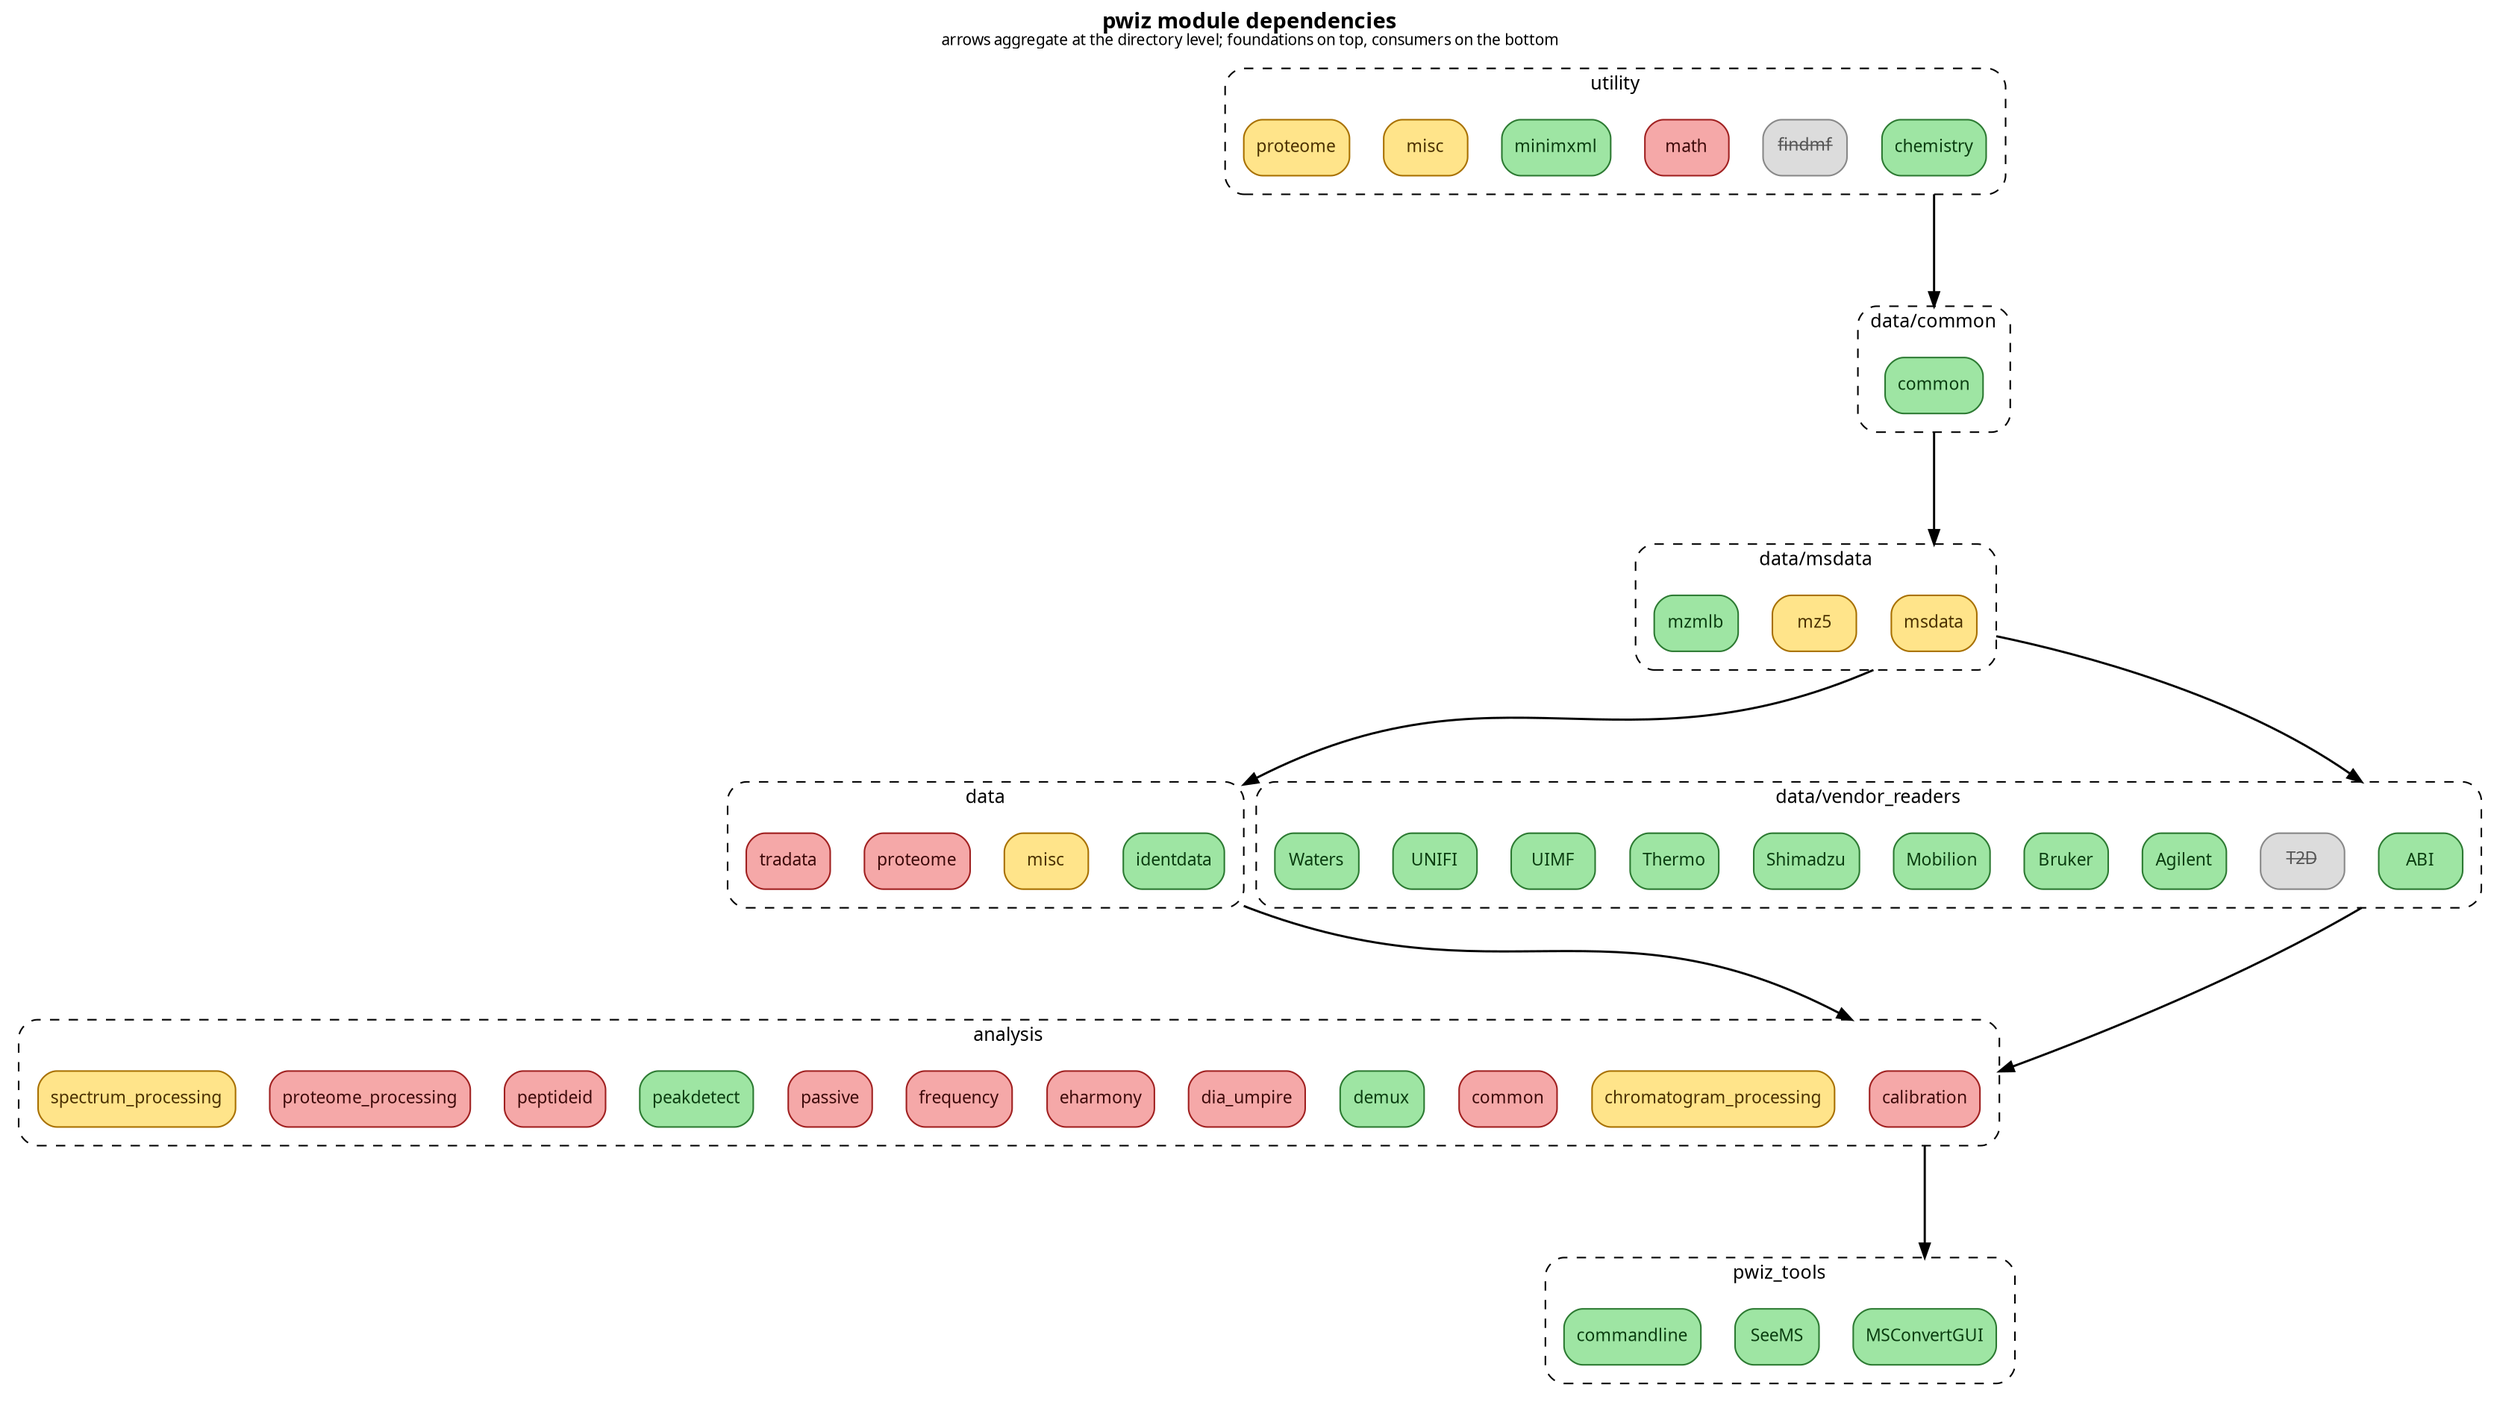
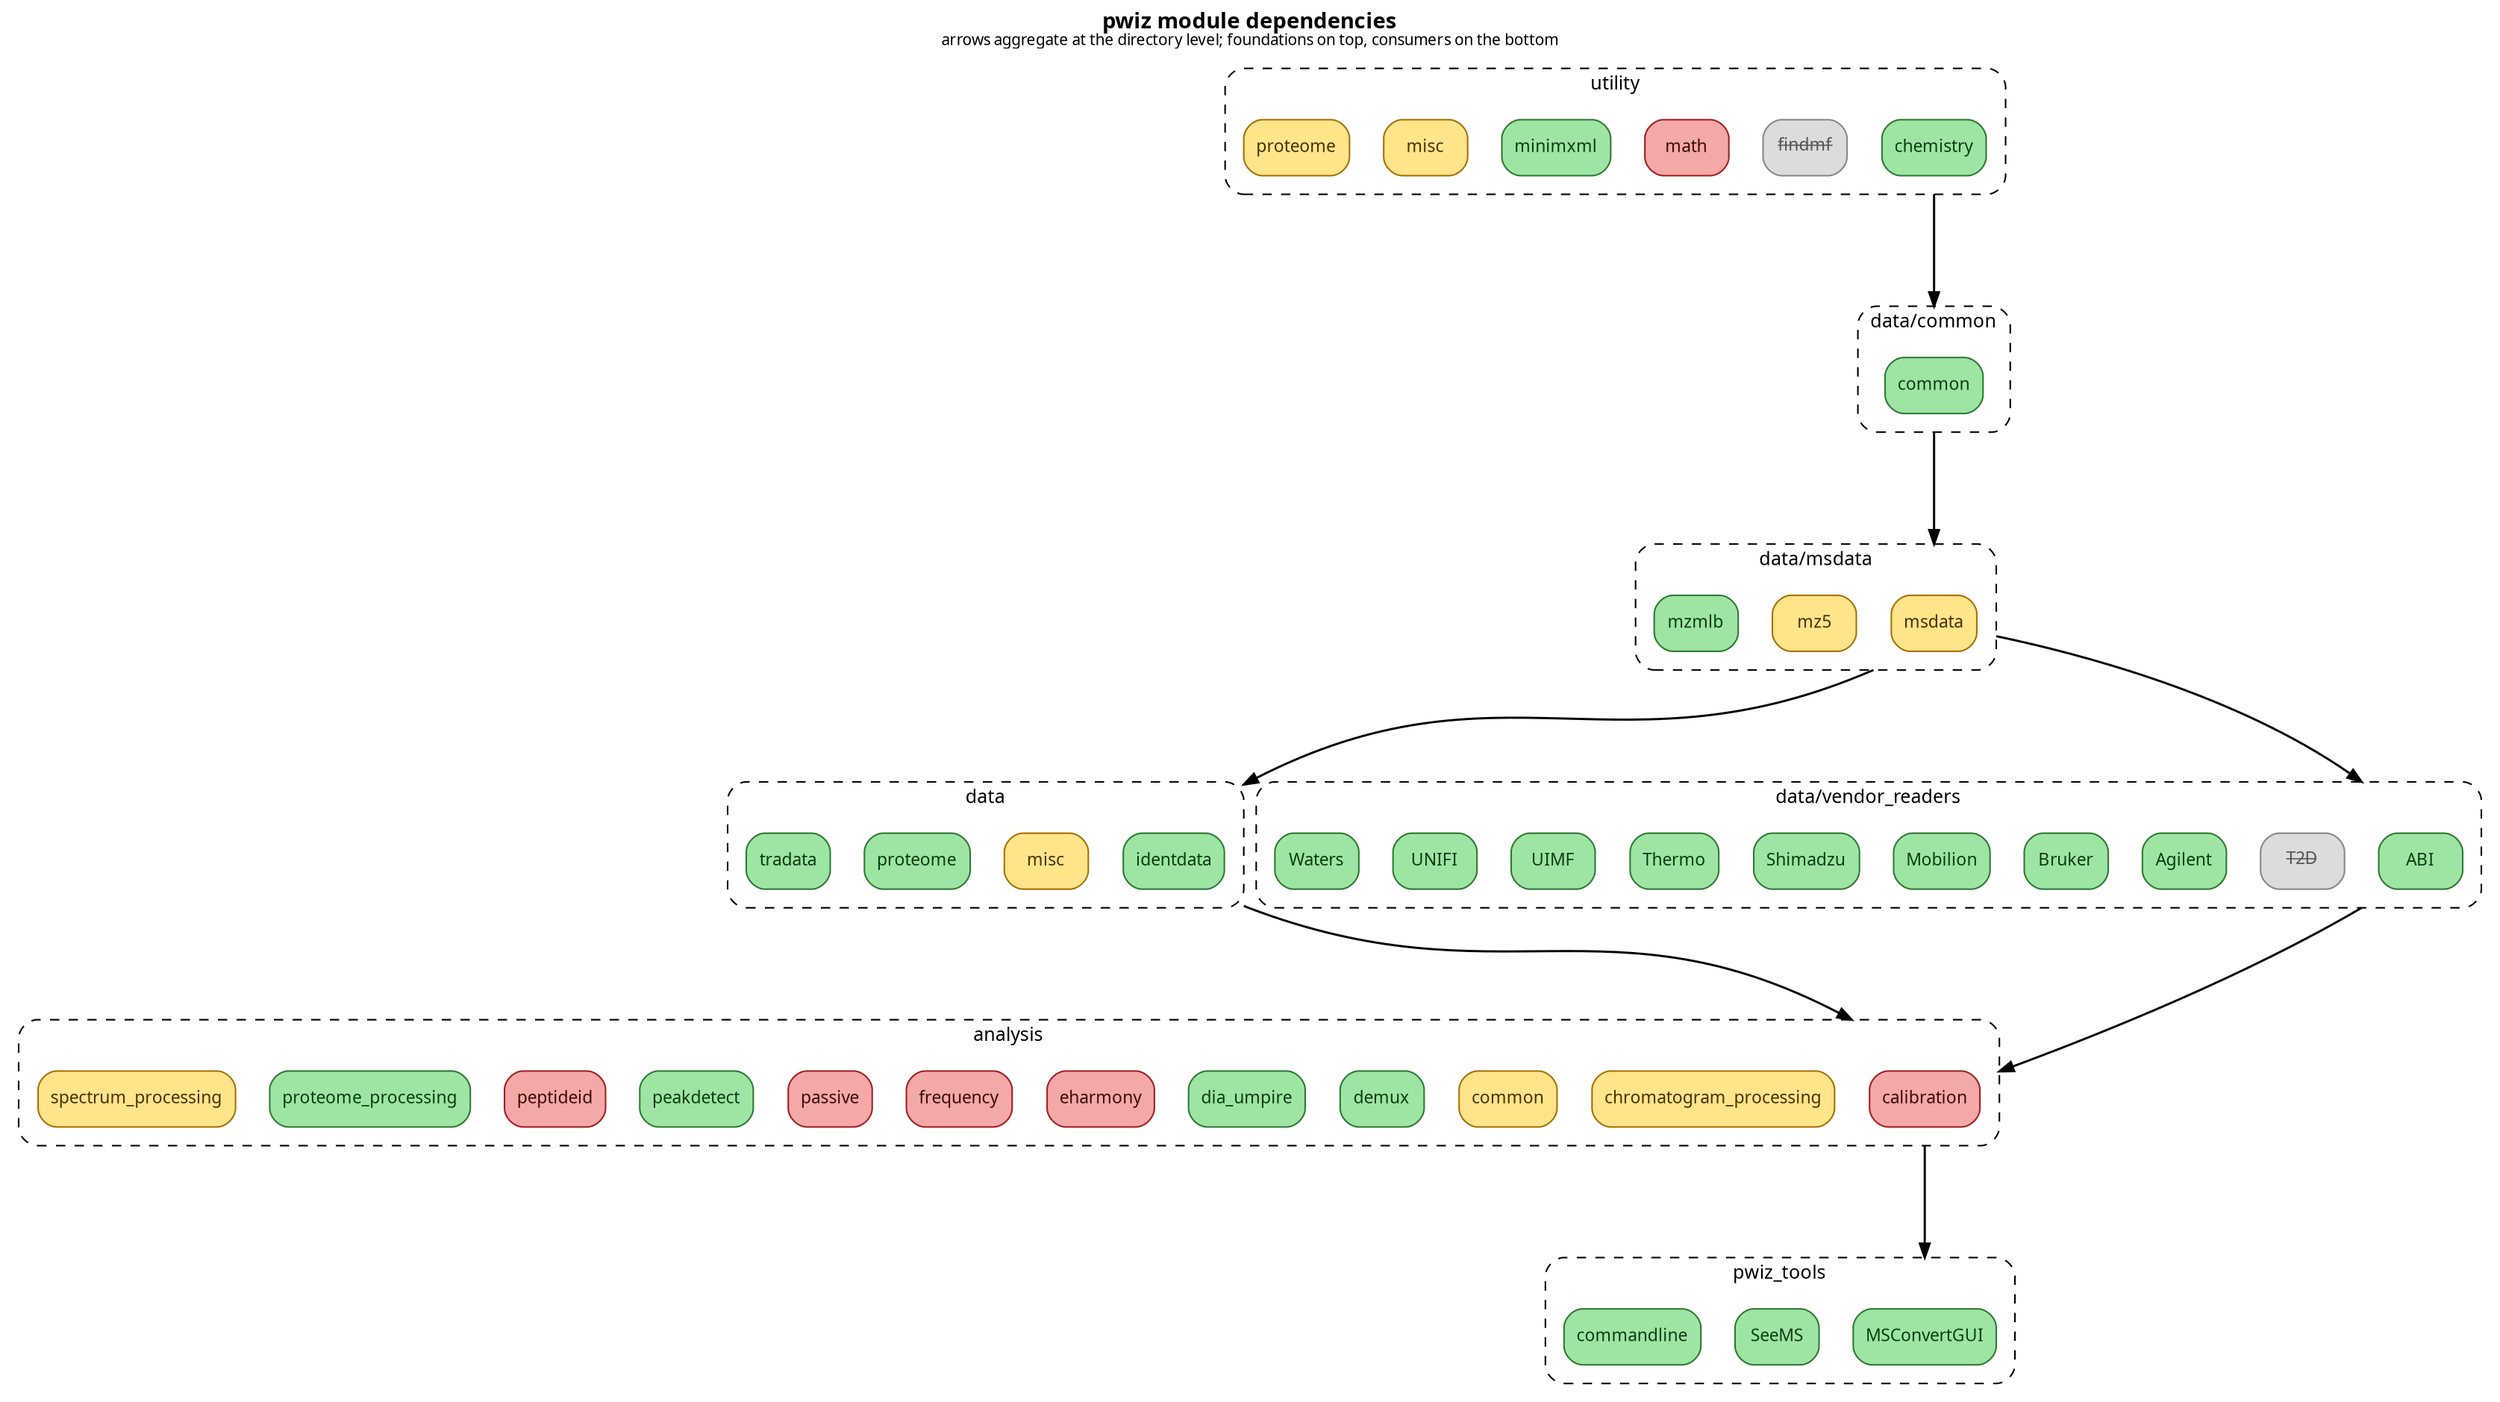
digraph pwiz_modules {
  rankdir=TB;
  labelloc=t;
  label=<<b>pwiz module dependencies</b><br/><font point-size="10">arrows aggregate at the directory level; foundations on top, consumers on the bottom</font>>;
  fontname="Segoe UI";
  node [shape=box, style="filled,rounded", fontname="Segoe UI", fontsize=11];
  edge [color="#444", penwidth=1.4, arrowsize=0.9];
  splines=spline;
  ranksep=0.8; nodesep=0.3;
  compound=true;

  subgraph cluster_analysis {
    label="analysis";
    style="rounded,dashed";
    color="#888";
    fontname="Segoe UI";
    fontsize=12;
    margin=12;
    n_analysis__calibration [label="calibration", fillcolor="#f5a8a8", color="#a02020", fontcolor="#3d0a0a"];
    n_analysis__chromatogram_processing [label="chromatogram_processing", fillcolor="#ffe48a", color="#a87000", fontcolor="#4a3000"];
-     n_analysis__common [label="common", fillcolor="#f5a8a8", color="#a02020", fontcolor="#3d0a0a"];
+     n_analysis__common [label="common", fillcolor="#ffe48a", color="#a87000", fontcolor="#4a3000"];
    n_analysis__demux [label="demux", fillcolor="#9ee5a3", color="#2c7a32", fontcolor="#0a3d10"];
-     n_analysis__dia_umpire [label="dia_umpire", fillcolor="#f5a8a8", color="#a02020", fontcolor="#3d0a0a"];
+     n_analysis__dia_umpire [label="dia_umpire", fillcolor="#9ee5a3", color="#2c7a32", fontcolor="#0a3d10"];
    n_analysis__eharmony [label="eharmony", fillcolor="#f5a8a8", color="#a02020", fontcolor="#3d0a0a"];
    n_analysis__frequency [label="frequency", fillcolor="#f5a8a8", color="#a02020", fontcolor="#3d0a0a"];
    n_analysis__passive [label="passive", fillcolor="#f5a8a8", color="#a02020", fontcolor="#3d0a0a"];
    n_analysis__peakdetect [label="peakdetect", fillcolor="#9ee5a3", color="#2c7a32", fontcolor="#0a3d10"];
    n_analysis__peptideid [label="peptideid", fillcolor="#f5a8a8", color="#a02020", fontcolor="#3d0a0a"];
-     n_analysis__proteome_processing [label="proteome_processing", fillcolor="#f5a8a8", color="#a02020", fontcolor="#3d0a0a"];
+     n_analysis__proteome_processing [label="proteome_processing", fillcolor="#9ee5a3", color="#2c7a32", fontcolor="#0a3d10"];
    n_analysis__spectrum_processing [label="spectrum_processing", fillcolor="#ffe48a", color="#a87000", fontcolor="#4a3000"];
  }

  subgraph cluster_data {
    label="data";
    style="rounded,dashed";
    color="#888";
    fontname="Segoe UI";
    fontsize=12;
    margin=12;
    n_data__identdata [label="identdata", fillcolor="#9ee5a3", color="#2c7a32", fontcolor="#0a3d10"];
    n_data__misc [label="misc", fillcolor="#ffe48a", color="#a87000", fontcolor="#4a3000"];
-     n_data__proteome [label="proteome", fillcolor="#f5a8a8", color="#a02020", fontcolor="#3d0a0a"];
-     n_data__tradata [label="tradata", fillcolor="#f5a8a8", color="#a02020", fontcolor="#3d0a0a"];
+     n_data__proteome [label="proteome", fillcolor="#9ee5a3", color="#2c7a32", fontcolor="#0a3d10"];
+     n_data__tradata [label="tradata", fillcolor="#9ee5a3", color="#2c7a32", fontcolor="#0a3d10"];
  }

  subgraph cluster_data_common {
    label="data/common";
    style="rounded,dashed";
    color="#888";
    fontname="Segoe UI";
    fontsize=12;
    margin=12;
    n_data__common [label="common", fillcolor="#9ee5a3", color="#2c7a32", fontcolor="#0a3d10"];
  }

  subgraph cluster_data_msdata {
    label="data/msdata";
    style="rounded,dashed";
    color="#888";
    fontname="Segoe UI";
    fontsize=12;
    margin=12;
    n_data__msdata [label="msdata", fillcolor="#ffe48a", color="#a87000", fontcolor="#4a3000"];
    n_data__msdata__mz5 [label="mz5", fillcolor="#ffe48a", color="#a87000", fontcolor="#4a3000"];
    n_data__msdata__mzmlb [label="mzmlb", fillcolor="#9ee5a3", color="#2c7a32", fontcolor="#0a3d10"];
  }

  subgraph cluster_data_vendor_readers {
    label="data/vendor_readers";
    style="rounded,dashed";
    color="#888";
    fontname="Segoe UI";
    fontsize=12;
    margin=12;
    n_data__vendor_readers__ABI [label="ABI", fillcolor="#9ee5a3", color="#2c7a32", fontcolor="#0a3d10"];
    n_data__vendor_readers__ABI__T2D [label=<<s>T2D</s>>, fillcolor="#dcdcdc", color="#888888", fontcolor="#555555"];
    n_data__vendor_readers__Agilent [label="Agilent", fillcolor="#9ee5a3", color="#2c7a32", fontcolor="#0a3d10"];
    n_data__vendor_readers__Bruker [label="Bruker", fillcolor="#9ee5a3", color="#2c7a32", fontcolor="#0a3d10"];
    n_data__vendor_readers__Mobilion [label="Mobilion", fillcolor="#9ee5a3", color="#2c7a32", fontcolor="#0a3d10"];
    n_data__vendor_readers__Shimadzu [label="Shimadzu", fillcolor="#9ee5a3", color="#2c7a32", fontcolor="#0a3d10"];
    n_data__vendor_readers__Thermo [label="Thermo", fillcolor="#9ee5a3", color="#2c7a32", fontcolor="#0a3d10"];
    n_data__vendor_readers__UIMF [label="UIMF", fillcolor="#9ee5a3", color="#2c7a32", fontcolor="#0a3d10"];
    n_data__vendor_readers__UNIFI [label="UNIFI", fillcolor="#9ee5a3", color="#2c7a32", fontcolor="#0a3d10"];
    n_data__vendor_readers__Waters [label="Waters", fillcolor="#9ee5a3", color="#2c7a32", fontcolor="#0a3d10"];
  }

  subgraph cluster_pwiz_tools {
    label="pwiz_tools";
    style="rounded,dashed";
    color="#888";
    fontname="Segoe UI";
    fontsize=12;
    margin=12;
    n_pwiz_tools__MSConvertGUI [label="MSConvertGUI", fillcolor="#9ee5a3", color="#2c7a32", fontcolor="#0a3d10"];
    n_pwiz_tools__SeeMS [label="SeeMS", fillcolor="#9ee5a3", color="#2c7a32", fontcolor="#0a3d10"];
    n_pwiz_tools__commandline [label="commandline", fillcolor="#9ee5a3", color="#2c7a32", fontcolor="#0a3d10"];
  }

  subgraph cluster_utility {
    label="utility";
    style="rounded,dashed";
    color="#888";
    fontname="Segoe UI";
    fontsize=12;
    margin=12;
    n_utility__chemistry [label="chemistry", fillcolor="#9ee5a3", color="#2c7a32", fontcolor="#0a3d10"];
    n_utility__findmf [label=<<s>findmf</s>>, fillcolor="#dcdcdc", color="#888888", fontcolor="#555555"];
    n_utility__math [label="math", fillcolor="#f5a8a8", color="#a02020", fontcolor="#3d0a0a"];
    n_utility__minimxml [label="minimxml", fillcolor="#9ee5a3", color="#2c7a32", fontcolor="#0a3d10"];
    n_utility__misc [label="misc", fillcolor="#ffe48a", color="#a87000", fontcolor="#4a3000"];
    n_utility__proteome [label="proteome", fillcolor="#ffe48a", color="#a87000", fontcolor="#4a3000"];
  }

  n_data__identdata -> n_analysis__calibration [ltail=cluster_data, lhead=cluster_analysis, minlen=2];
  n_data__vendor_readers__ABI -> n_analysis__calibration [ltail=cluster_data_vendor_readers, lhead=cluster_analysis, minlen=2];
  n_data__msdata -> n_data__identdata [ltail=cluster_data_msdata, lhead=cluster_data, minlen=2];
  n_utility__chemistry -> n_data__common [ltail=cluster_utility, lhead=cluster_data_common, minlen=2];
  n_data__common -> n_data__msdata [ltail=cluster_data_common, lhead=cluster_data_msdata, minlen=2];
  n_data__msdata -> n_data__vendor_readers__ABI [ltail=cluster_data_msdata, lhead=cluster_data_vendor_readers, minlen=2];
  n_analysis__calibration -> n_pwiz_tools__MSConvertGUI [ltail=cluster_analysis, lhead=cluster_pwiz_tools, minlen=2];
}
